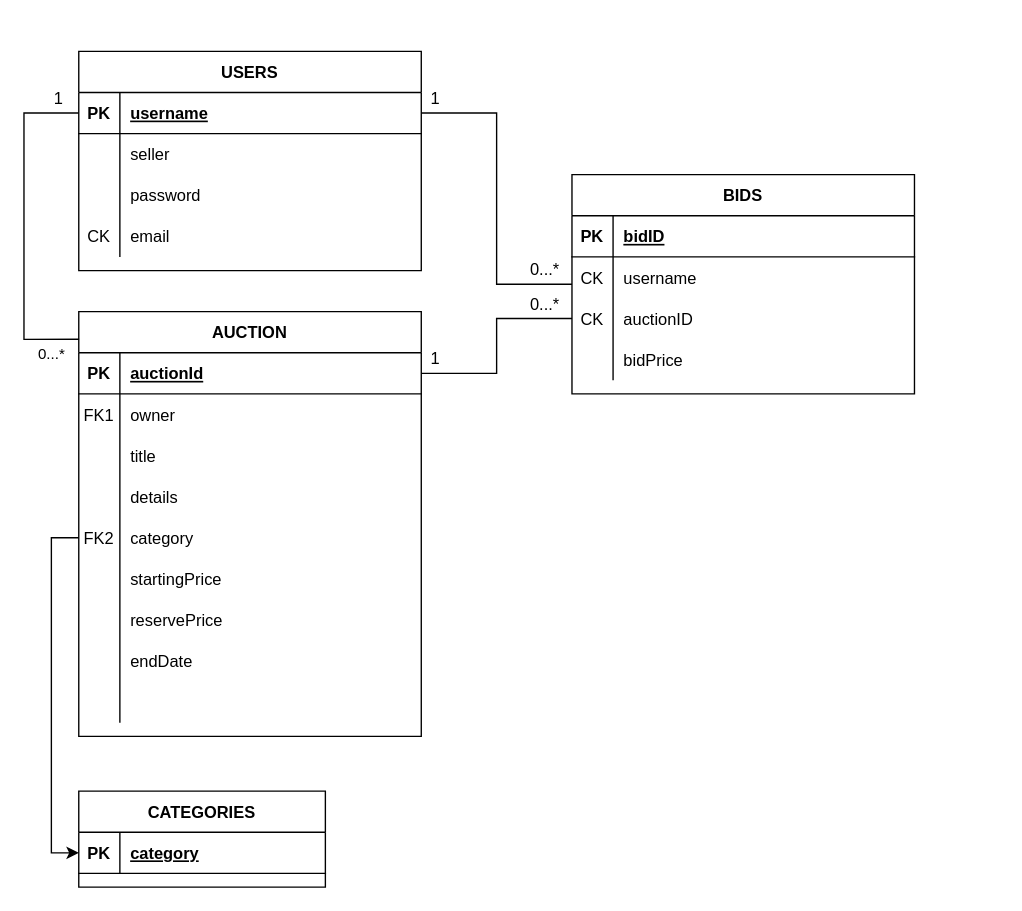
The draw.io diagram er-diagram.drawio in jcgloria/dbf_project, before the edit. Source tidied: cells renumbered, new cells numbered last; positions are measured from the earlier drawing's top-left corner, leaving out a move shared by most shapes. Both pictures are drawn from the tidied source at 137%, with x=0, y=0 at pixel (23, 51).
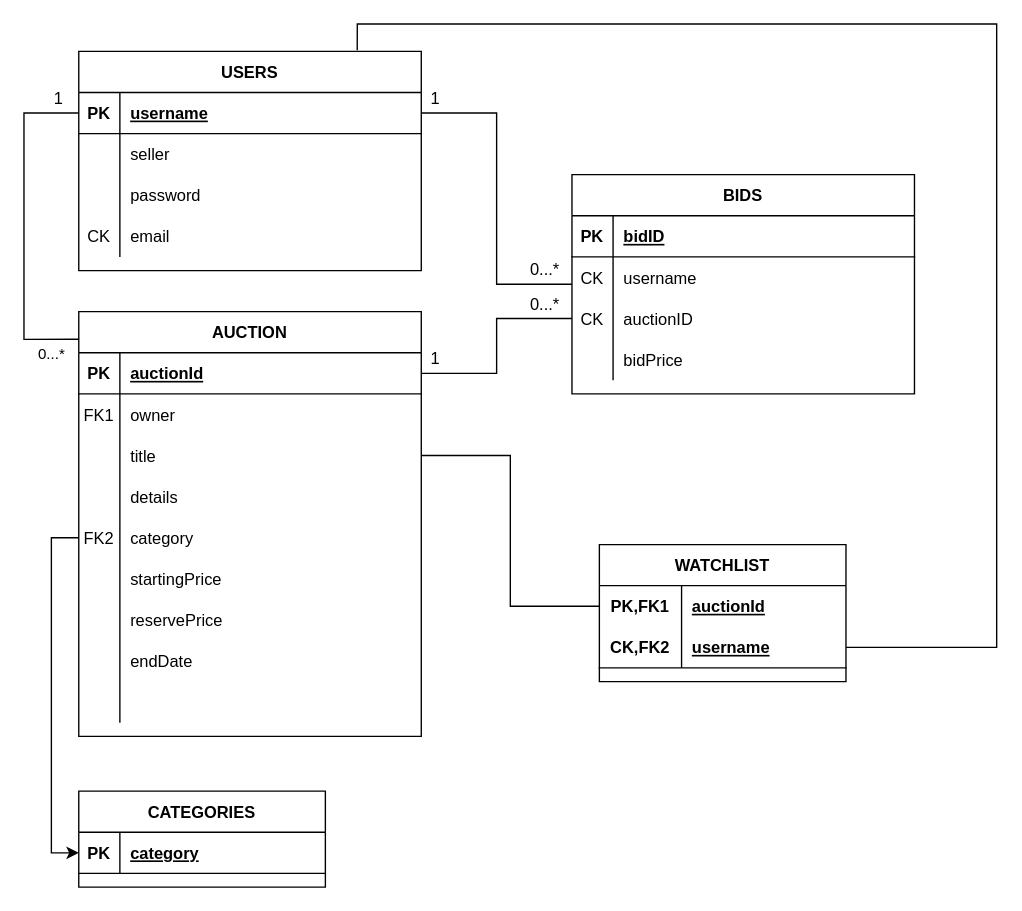
Above is the later version.

Commit message:
added watchlist entity

Unchanged cells that the change refers to:
```xml
<mxCell id="9" style="shape=partialRectangle;fillColor=none;points=[[0,0.5],[1,0.5]];portConstraint=eastwest;top=0;left=0;right=0;bottom=0;" parent="2" vertex="1">
  <mxGeometry y="90" width="250" height="30" as="geometry" />
</mxCell>
<mxCell id="43" value="USERS" style="shape=table;startSize=30;childLayout=tableLayout;rowLines=0;fontStyle=1;align=center;" parent="1" vertex="1">
  <mxGeometry x="40" width="250" height="160" as="geometry" />
</mxCell>
```

Diff of the diagram source:
```diff
@@
+    <mxCell id="70" value="WATCHLIST" style="shape=table;startSize=30;childLayout=tableLayout;rowLines=0;fontStyle=1;align=center;" parent="1" vertex="1">
+      <mxGeometry x="420" y="360" width="180" height="100" as="geometry" />
+    </mxCell>
+    <mxCell id="71" style="shape=tableRow;horizontal=0;startSize=0;swimlaneHead=0;swimlaneBody=0;fillColor=none;points=[[0,0.5],[1,0.5]];portConstraint=eastwest;top=0;left=0;right=0;bottom=0;" parent="70" vertex="1">
+      <mxGeometry y="30" width="180" height="30" as="geometry" />
+    </mxCell>
+    <mxCell id="72" value="PK,FK1" style="shape=partialRectangle;fillColor=none;top=0;left=0;bottom=0;right=0;fontStyle=1;overflow=hidden;" parent="71" vertex="1">
+      <mxGeometry width="60" height="30" as="geometry" />
+    </mxCell>
+    <mxCell id="73" value="auctionId" style="shape=partialRectangle;fillColor=none;top=0;left=0;bottom=0;right=0;align=left;spacingLeft=6;fontStyle=5;overflow=hidden;" parent="71" vertex="1">
+      <mxGeometry x="60" width="120" height="30" as="geometry" />
+    </mxCell>
+    <mxCell id="74" style="shape=tableRow;horizontal=0;startSize=0;swimlaneHead=0;swimlaneBody=0;fillColor=none;points=[[0,0.5],[1,0.5]];portConstraint=eastwest;top=0;left=0;right=0;bottom=1;" parent="70" vertex="1">
+      <mxGeometry y="60" width="180" height="30" as="geometry" />
+    </mxCell>
+    <mxCell id="75" value="CK,FK2" style="shape=partialRectangle;fillColor=none;top=0;left=0;bottom=0;right=0;fontStyle=1;overflow=hidden;" parent="74" vertex="1">
+      <mxGeometry width="60" height="30" as="geometry" />
+    </mxCell>
+    <mxCell id="76" value="username" style="shape=partialRectangle;fillColor=none;top=0;left=0;bottom=0;right=0;align=left;spacingLeft=6;fontStyle=5;overflow=hidden;" parent="74" vertex="1">
+      <mxGeometry x="60" width="120" height="30" as="geometry" />
+    </mxCell>
+    <mxCell id="77" style="edgeStyle=orthogonalEdgeStyle;rounded=0;jettySize=auto;html=1;exitX=0;exitY=0.5;exitDx=0;exitDy=0;endArrow=none;endFill=0;" parent="1" edge="1" source="71" target="9">
+      <mxGeometry relative="1" as="geometry" />
+    </mxCell>
+    <mxCell id="78" style="edgeStyle=orthogonalEdgeStyle;rounded=0;jettySize=auto;html=1;exitX=1;exitY=0.5;exitDx=0;exitDy=0;entryX=0.813;entryY=-0.005;entryDx=0;entryDy=0;entryPerimeter=0;endArrow=none;endFill=0;" parent="1" edge="1" source="74" target="43">
+      <mxGeometry relative="1" as="geometry">
+        <Array as="points">
+          <mxPoint x="710" y="435" />
+          <mxPoint x="710" y="-20" />
+          <mxPoint x="243" y="-20" />
+        </Array>
+      </mxGeometry>
+    </mxCell>
```
